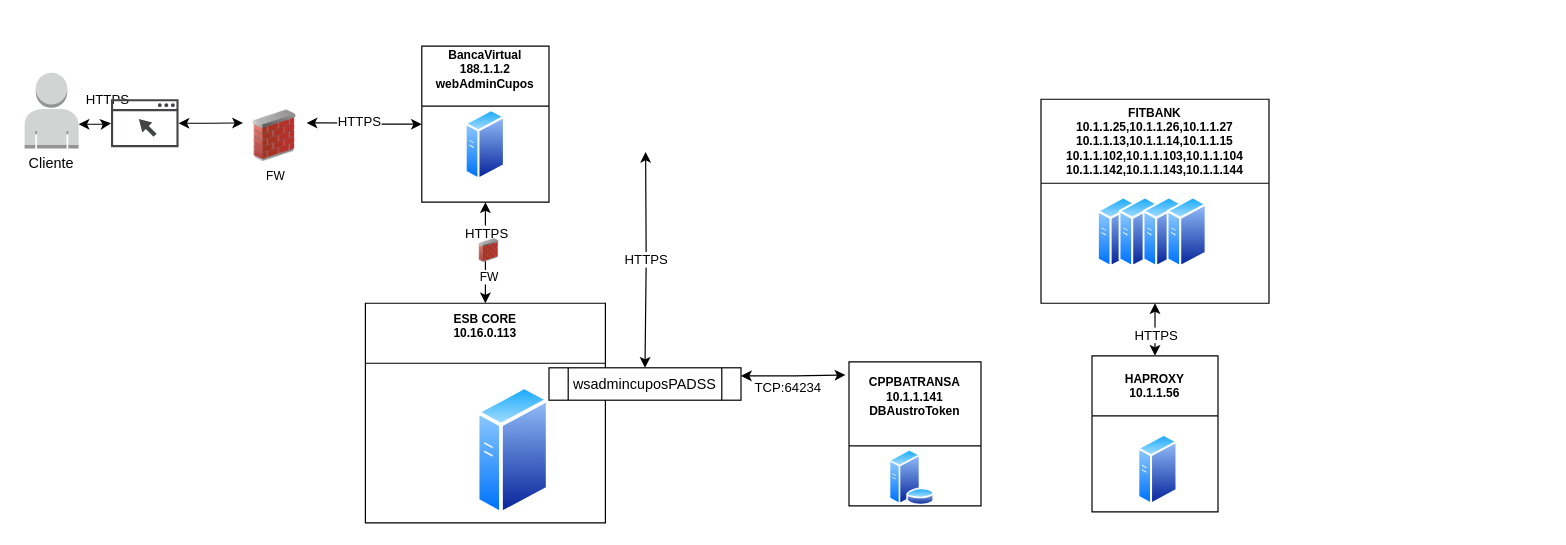
Earlier version of the draw.io diagram admincupos.drawio (davidguillermofg/Diagrams). Source tidied: cells renumbered, new cells numbered last; positions are measured from the earlier drawing's top-left corner, leaving out a move shared by most shapes. Both pictures are drawn from the tidied source at 120%, with x=0, y=0 at pixel (20, 46).
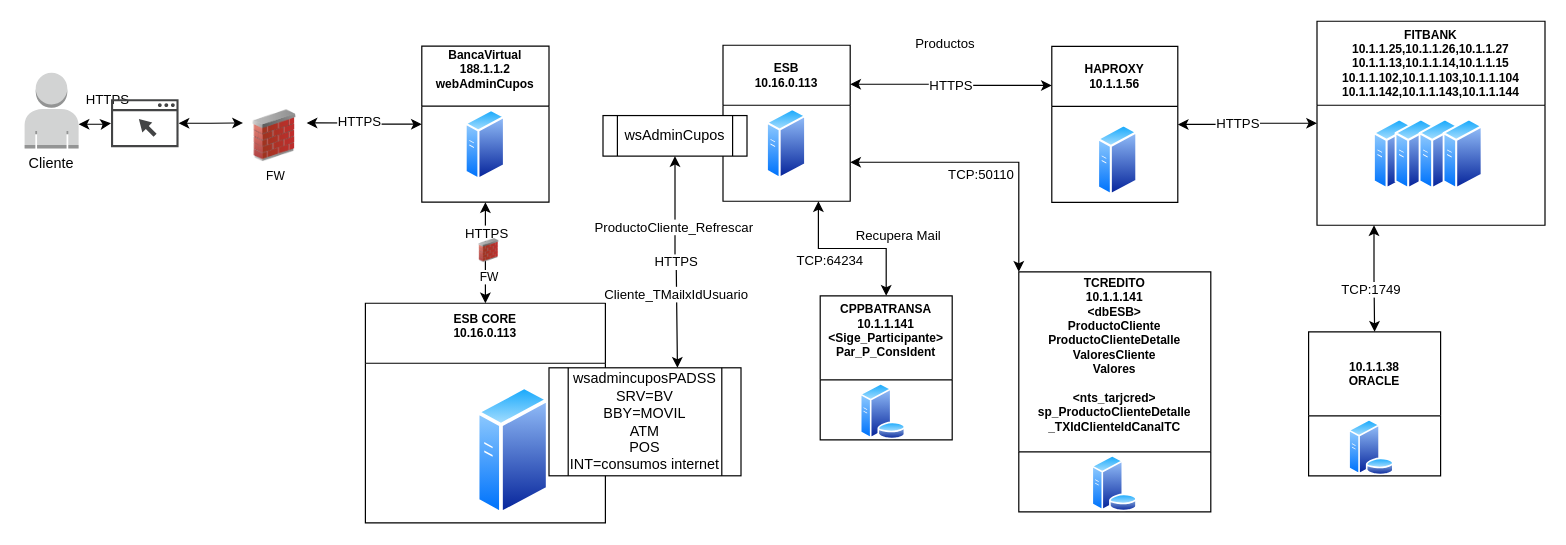
The same diagram, later.

Change to the diagram source:
```diff
@@
-    <mxCell id="18" value="wsadmincuposPADSS" style="shape=process;whiteSpace=wrap;html=1;backgroundOutline=1;" parent="1" vertex="1">
-      <mxGeometry x="440" y="268" width="160" height="27" as="geometry" />
+    <mxCell id="18" value="wsadmincuposPADSS&lt;br&gt;SRV=BV&lt;br&gt;BBY=MOVIL&lt;br&gt;ATM&lt;br&gt;POS&lt;br&gt;INT=consumos internet" style="shape=process;whiteSpace=wrap;html=1;backgroundOutline=1;" parent="1" vertex="1">
+      <mxGeometry x="440" y="268" width="160" height="90" as="geometry" />
     </mxCell>
@@
     <mxCell id="20" value="FITBANK&#10;10.1.1.25,10.1.1.26,10.1.1.27&#10;10.1.1.13,10.1.1.14,10.1.1.15&#10;10.1.1.102,10.1.1.103,10.1.1.104&#10;10.1.1.142,10.1.1.143,10.1.1.144" style="swimlane;startSize=70;fontSize=10;" parent="1" vertex="1">
-      <mxGeometry x="850" y="44.2" width="190" height="170" as="geometry" />
+      <mxGeometry x="1080" y="-20.8" width="190" height="170" as="geometry" />
     </mxCell>
@@
-    <mxCell id="25" style="edgeStyle=orthogonalEdgeStyle;rounded=0;jettySize=auto;html=1;entryX=0.5;entryY=1;entryDx=0;entryDy=0;startArrow=classic;startFill=1;" parent="1" edge="1" source="27" target="20">
+    <mxCell id="25" style="edgeStyle=orthogonalEdgeStyle;rounded=0;jettySize=auto;html=1;entryX=0;entryY=0.5;entryDx=0;entryDy=0;startArrow=classic;startFill=1;" parent="1" edge="1" source="27" target="20">
       <mxGeometry relative="1" as="geometry" />
     </mxCell>
@@
     <mxCell id="27" value="HAPROXY&#10;10.1.1.56" style="swimlane;startSize=50;fontSize=10;" parent="1" vertex="1">
-      <mxGeometry x="892.5" y="258" width="105" height="130" as="geometry" />
+      <mxGeometry x="859" y="0.2" width="105" height="130" as="geometry" />
     </mxCell>
@@
-    <mxCell id="29" style="edgeStyle=orthogonalEdgeStyle;rounded=0;jettySize=auto;html=1;exitX=1;exitY=0.25;exitDx=0;exitDy=0;entryX=-0.027;entryY=0.092;entryDx=0;entryDy=0;startArrow=classic;startFill=1;entryPerimeter=0;" parent="1" edge="1" source="18" target="31">
+    <mxCell id="29" style="edgeStyle=orthogonalEdgeStyle;rounded=0;jettySize=auto;html=1;exitX=0.75;exitY=1;exitDx=0;exitDy=0;entryX=0.5;entryY=0;entryDx=0;entryDy=0;startArrow=classic;startFill=1;" parent="1" edge="1" source="37" target="31">
       <mxGeometry relative="1" as="geometry" />
     </mxCell>
     <mxCell id="30" value="TCP:64234" style="edgeLabel;html=1;align=center;verticalAlign=middle;" parent="29" vertex="1">
       <mxGeometry x="-0.04" relative="1" as="geometry">
-        <mxPoint x="-3" y="10" as="offset" />
+        <mxPoint x="-17" y="10" as="offset" />
       </mxGeometry>
     </mxCell>
+    <mxCell id="34" value="Recupera Mail" style="edgeLabel;html=1;align=center;verticalAlign=middle;" parent="29" vertex="1">
+      <mxGeometry x="0.36" relative="1" as="geometry">
+        <mxPoint x="13" y="-11" as="offset" />
+      </mxGeometry>
+    </mxCell>
-    <mxCell id="31" value="CPPBATRANSA&#10;10.1.1.141&#10;DBAustroToken&#10;" style="swimlane;startSize=70;fontSize=10;" parent="1" vertex="1">
-      <mxGeometry x="690" y="263" width="110" height="120" as="geometry" />
+    <mxCell id="31" value="CPPBATRANSA&#10;10.1.1.141&#10;&lt;Sige_Participante&gt;&#10;Par_P_ConsIdent&#10;" style="swimlane;startSize=70;fontSize=10;" parent="1" vertex="1">
+      <mxGeometry x="666" y="208" width="110" height="120" as="geometry" />
     </mxCell>
@@
-    <mxCell id="33" value="HTTPS" style="edgeStyle=orthogonalEdgeStyle;rounded=0;orthogonalLoop=1;jettySize=auto;html=1;startArrow=classic;startFill=1;entryX=0.5;entryY=0;entryDx=0;entryDy=0;exitX=0.25;exitY=1;exitDx=0;exitDy=0;" parent="1" edge="1">
+    <mxCell id="33" value="HTTPS" style="edgeStyle=orthogonalEdgeStyle;rounded=0;jettySize=auto;html=1;startArrow=classic;startFill=1;entryX=0.669;entryY=0;entryDx=0;entryDy=0;exitX=0.5;exitY=1;exitDx=0;exitDy=0;entryPerimeter=0;" parent="1" edge="1" source="39" target="18">
       <mxGeometry relative="1" as="geometry">
-        <mxPoint x="520.5" y="88.1" as="sourcePoint" />
-        <mxPoint x="520" y="268" as="targetPoint" />
+        <Array as="points">
+          <mxPoint x="545" y="180" />
+          <mxPoint x="546" y="180" />
+        </Array>
       </mxGeometry>
     </mxCell>
+    <mxCell id="35" value="ProductoCliente_Refrescar" style="edgeLabel;html=1;align=center;verticalAlign=middle;" parent="33" vertex="1">
+      <mxGeometry x="-0.33" y="-2" relative="1" as="geometry" />
+    </mxCell>
+    <mxCell id="36" value="Cliente_TMailxIdUsuario" style="edgeLabel;html=1;align=center;verticalAlign=middle;" parent="33" vertex="1">
+      <mxGeometry x="0.31" y="-1" relative="1" as="geometry" />
+    </mxCell>
+    <mxCell id="37" value="ESB&#10;10.16.0.113" style="swimlane;startSize=50;fontSize=10;" parent="1" vertex="1">
+      <mxGeometry x="585" y="-0.8" width="106" height="130" as="geometry" />
+    </mxCell>
+    <mxCell id="38" style="perimeter=ellipsePerimeter;html=1;align=center;shadow=0;dashed=0;spacingTop=3;image;image=img/lib/active_directory/generic_server.svg;fontSize=10;" parent="37" vertex="1">
+      <mxGeometry x="36.2" y="52.3" width="33.6" height="60" as="geometry" />
+    </mxCell>
+    <mxCell id="39" value="wsAdminCupos" style="shape=process;whiteSpace=wrap;html=1;backgroundOutline=1;" parent="37" vertex="1">
+      <mxGeometry x="-100" y="58.6" width="120" height="33.8" as="geometry" />
+    </mxCell>
+    <mxCell id="40" value="HTTPS" style="edgeStyle=orthogonalEdgeStyle;rounded=0;jettySize=auto;html=1;startArrow=classic;startFill=1;entryX=0;entryY=0.25;entryDx=0;entryDy=0;exitX=1;exitY=0.25;exitDx=0;exitDy=0;" parent="1" edge="1" source="37" target="27">
+      <mxGeometry relative="1" as="geometry" />
+    </mxCell>
+    <mxCell id="41" value="Productos" style="edgeLabel;html=1;align=center;verticalAlign=middle;" parent="40" vertex="1">
+      <mxGeometry x="-0.33" y="-4" relative="1" as="geometry">
+        <mxPoint x="21" y="-38" as="offset" />
+      </mxGeometry>
+    </mxCell>
+    <mxCell id="42" value="&#10;10.1.1.38&#10;ORACLE&#10;" style="swimlane;startSize=70;fontSize=10;" parent="1" vertex="1">
+      <mxGeometry x="1073" y="238" width="110" height="120" as="geometry" />
+    </mxCell>
+    <mxCell id="43" style="perimeter=ellipsePerimeter;html=1;align=center;shadow=0;dashed=0;spacingTop=3;image;image=img/lib/active_directory/database_server.svg;" parent="42" vertex="1">
+      <mxGeometry x="33.2" y="73" width="38.5" height="47" as="geometry" />
+    </mxCell>
+    <mxCell id="44" style="edgeStyle=orthogonalEdgeStyle;rounded=0;jettySize=auto;html=1;startArrow=classic;startFill=1;exitX=0.25;exitY=1;exitDx=0;exitDy=0;" parent="1" edge="1" source="20" target="42">
+      <mxGeometry relative="1" as="geometry" />
+    </mxCell>
+    <mxCell id="45" value="TCP:1749" style="edgeLabel;html=1;align=center;verticalAlign=middle;" parent="44" vertex="1">
+      <mxGeometry x="-0.04" relative="1" as="geometry">
+        <mxPoint x="-3" y="10" as="offset" />
+      </mxGeometry>
+    </mxCell>
+    <mxCell id="46" value="&#10;TCREDITO&#10;10.1.1.141&#10;&lt;dbESB&gt;&#10;ProductoCliente&#10;ProductoClienteDetalle&#10;ValoresCliente&#10;Valores&#10;&#10;&lt;nts_tarjcred&gt;&#10;sp_ProductoClienteDetalle&#10;_TXIdClienteIdCanalTC&#10;&#10;" style="swimlane;startSize=150;fontSize=10;" parent="1" vertex="1">
+      <mxGeometry x="831.5" y="188" width="160" height="200" as="geometry" />
+    </mxCell>
+    <mxCell id="47" style="perimeter=ellipsePerimeter;html=1;align=center;shadow=0;dashed=0;spacingTop=3;image;image=img/lib/active_directory/database_server.svg;" parent="46" vertex="1">
+      <mxGeometry x="60.7" y="153" width="38.5" height="47" as="geometry" />
+    </mxCell>
+    <mxCell id="48" style="edgeStyle=orthogonalEdgeStyle;rounded=0;jettySize=auto;html=1;exitX=1;exitY=0.75;exitDx=0;exitDy=0;entryX=0;entryY=0;entryDx=0;entryDy=0;startArrow=classic;startFill=1;" parent="1" edge="1" source="37" target="46">
+      <mxGeometry relative="1" as="geometry" />
+    </mxCell>
+    <mxCell id="49" value="TCP:50110" style="edgeLabel;html=1;align=center;verticalAlign=middle;" parent="48" vertex="1">
+      <mxGeometry x="-0.04" relative="1" as="geometry">
+        <mxPoint x="-3" y="10" as="offset" />
+      </mxGeometry>
+    </mxCell>
```
